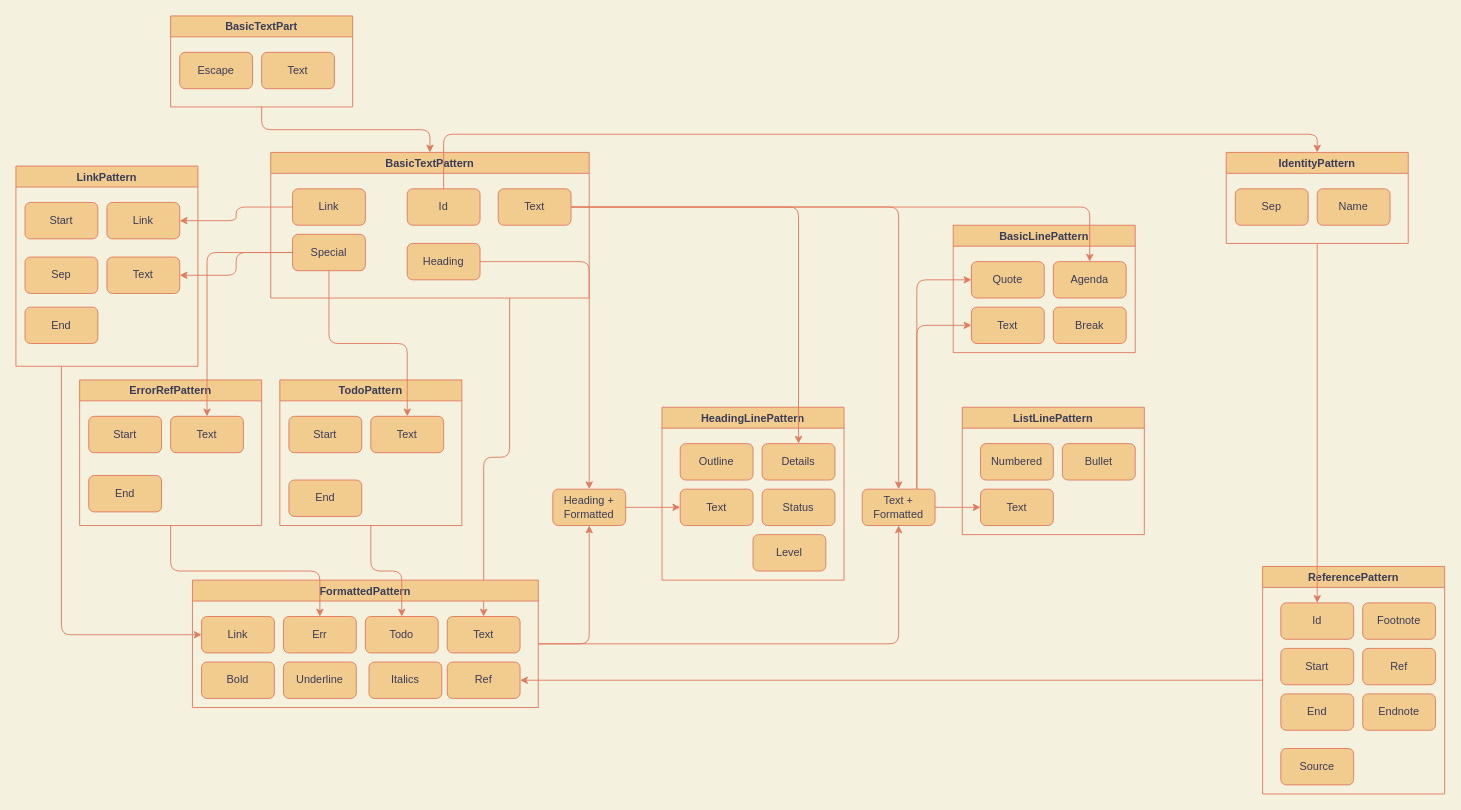
The draw.io diagram page "Page-1" (1 of 2) of design/diagrams/schema-package.drawio in creativeArtie/Writer-Studio, before the edit. Source tidied: cells renumbered, new cells numbered last; positions are measured from the earlier drawing's top-left corner, leaving out a move shared by most shapes. Both pictures are drawn from the tidied source at 91%, with x=0, y=0 at pixel (15, 15).
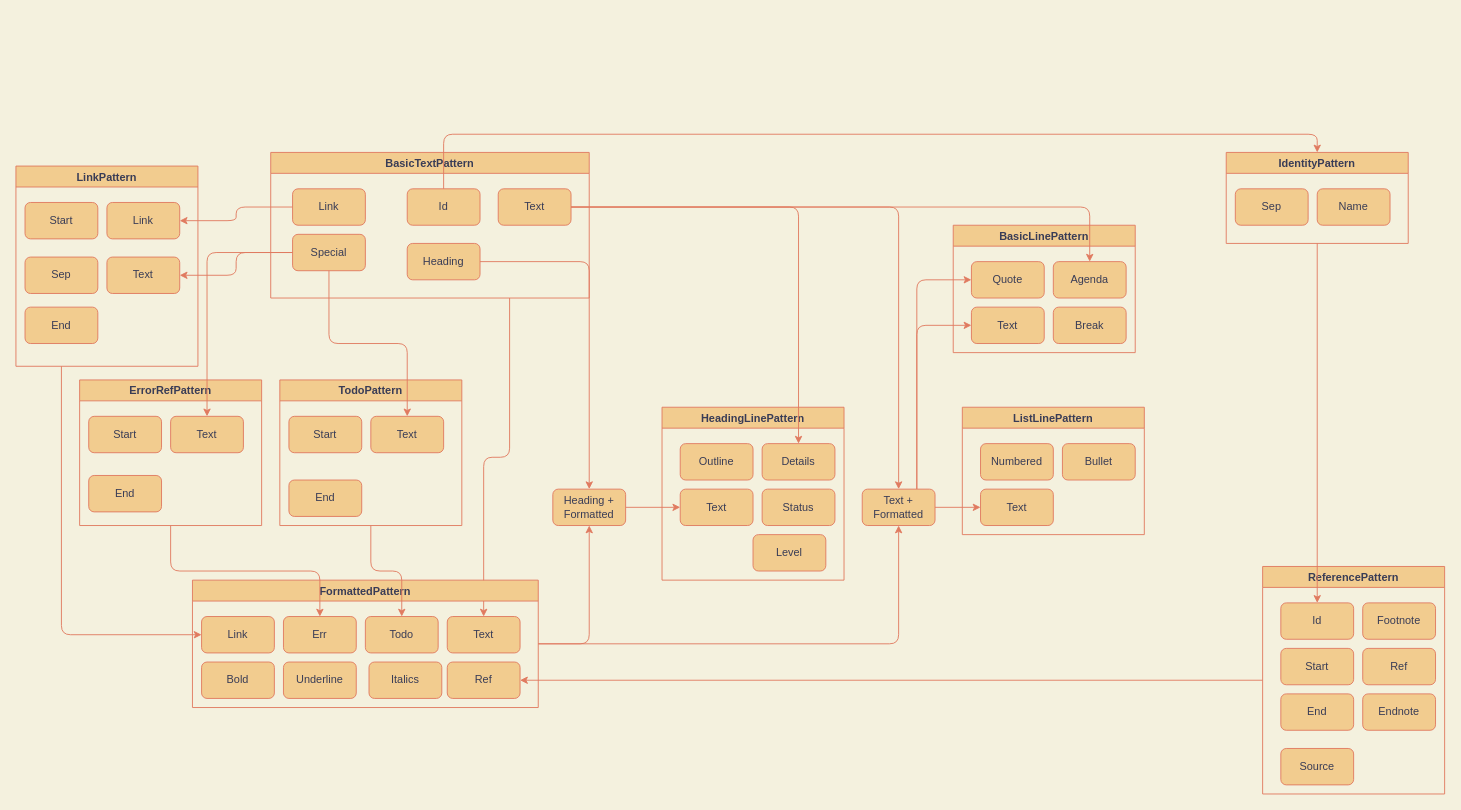
The same page after the edit.

Unchanged cells that the change refers to:
```xml
<mxCell id="7" value="BasicTextPattern" style="swimlane;rounded=0;sketch=0;fontColor=#393C56;strokeColor=#E07A5F;fillColor=#F2CC8F;" parent="1" vertex="1">
  <mxGeometry x="280" y="150" width="350" height="160" as="geometry" />
</mxCell>
```

Change to the diagram source:
```diff
@@
-    <mxCell id="2" style="edgeStyle=orthogonalEdgeStyle;curved=0;rounded=1;sketch=0;jettySize=auto;html=1;fontColor=#393C56;strokeColor=#E07A5F;fillColor=#F2CC8F;" parent="1" edge="1" source="3" target="7">
-      <mxGeometry relative="1" as="geometry" />
-    </mxCell>
-    <mxCell id="3" value="BasicTextPart" style="swimlane;rounded=0;sketch=0;fontColor=#393C56;strokeColor=#E07A5F;fillColor=#F2CC8F;" parent="1" vertex="1">
-      <mxGeometry x="170" width="200" height="100" as="geometry" />
-    </mxCell>
-    <mxCell id="4" value="Escape" style="rounded=1;whiteSpace=wrap;html=1;sketch=0;fontColor=#393C56;strokeColor=#E07A5F;fillColor=#F2CC8F;" parent="3" vertex="1">
-      <mxGeometry x="10" y="40" width="80" height="40" as="geometry" />
-    </mxCell>
-    <mxCell id="5" value="Text" style="rounded=1;whiteSpace=wrap;html=1;sketch=0;fontColor=#393C56;strokeColor=#E07A5F;fillColor=#F2CC8F;" parent="3" vertex="1">
-      <mxGeometry x="100" y="40" width="80" height="40" as="geometry" />
-    </mxCell>
```
